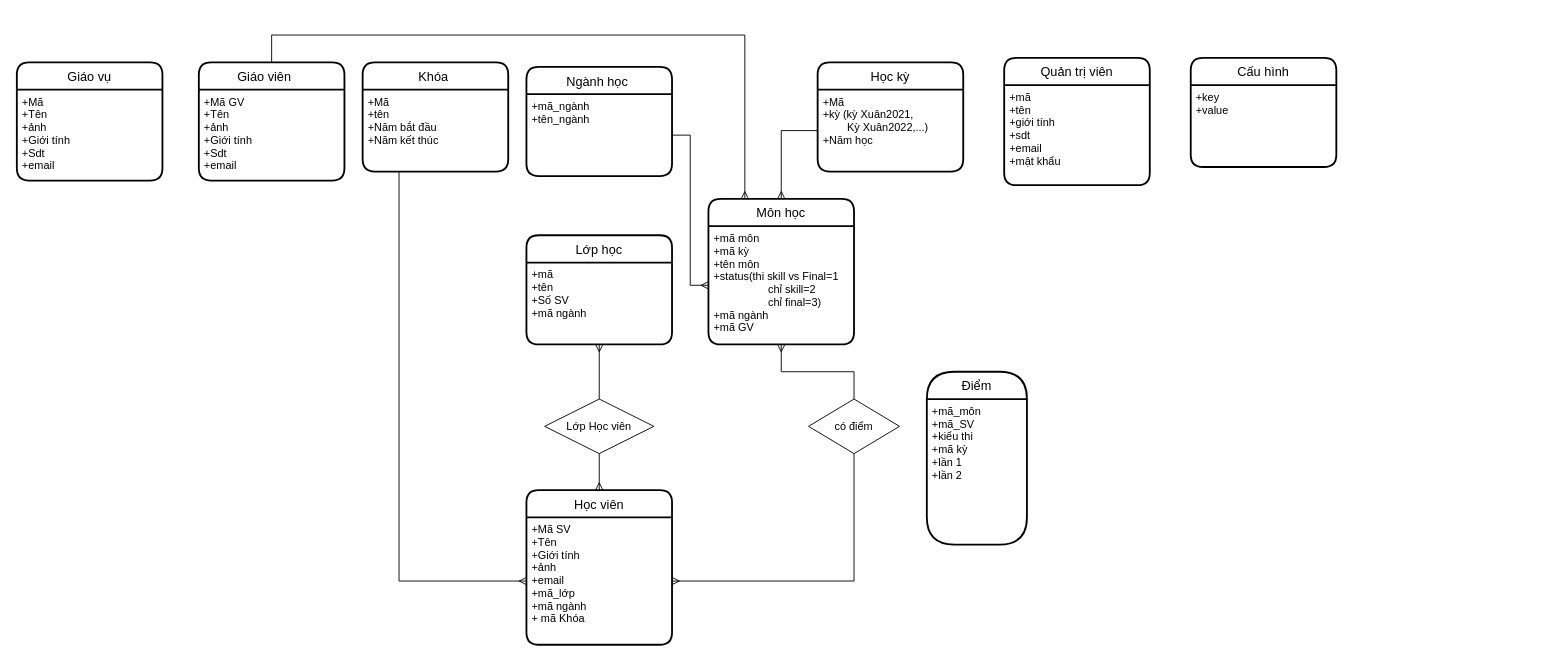
Above: page "Page-1" (1 of 2) of document/QuanLyDiem - So_do_thuc_the.drawio in AnhQB/QuanLyDiemHocVien (draw.io), before the change. Source tidied: cells renumbered, new cells numbered last; positions are measured from the earlier drawing's top-left corner, leaving out a move shared by most shapes. Both pictures are drawn from the tidied source at 91%, with x=0, y=0 at pixel (16, 35).
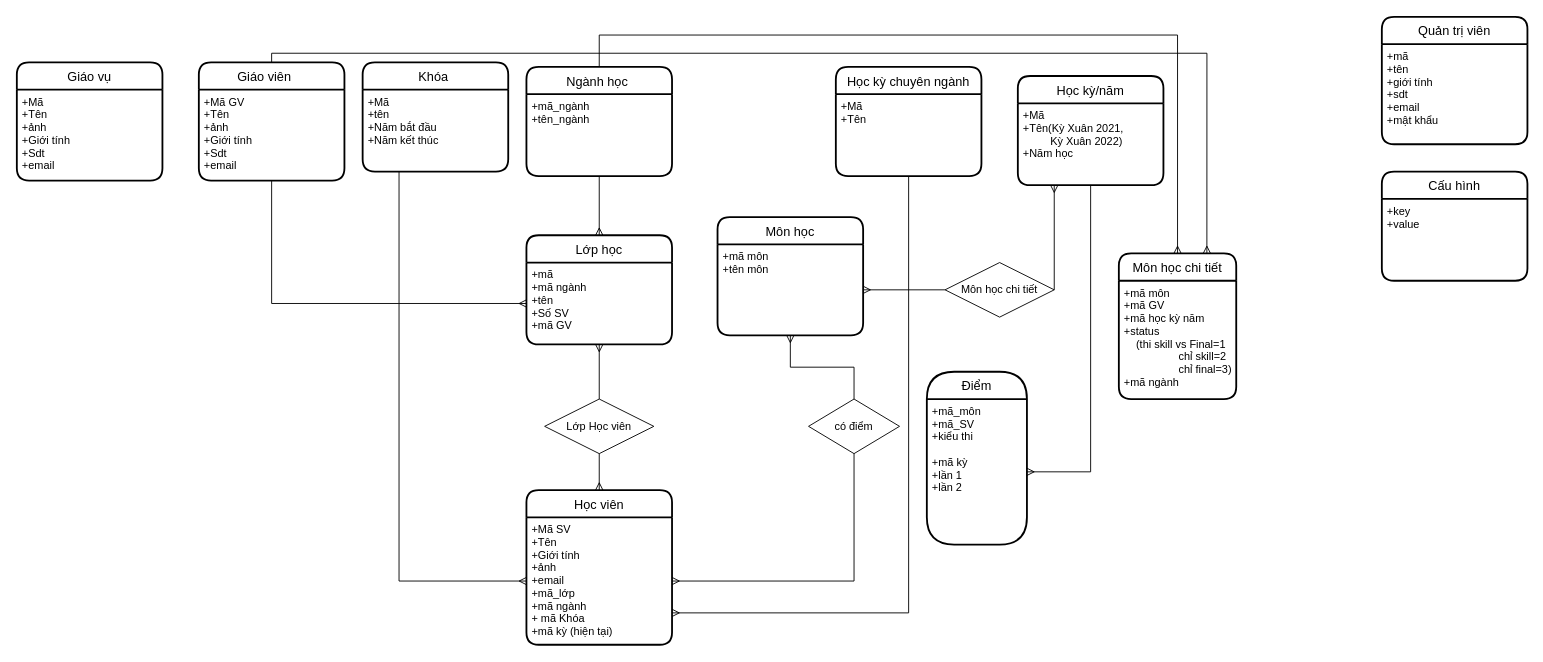
The same page after the edit.

The change refers to these unchanged cells:
```xml
<mxCell id="4" value="Học viên" style="swimlane;horizontal=1;startSize=30;rounded=1;fontSize=14;fontStyle=0;strokeWidth=2;shadow=0;dashed=0;align=center;" parent="1" vertex="1">
  <mxGeometry x="560" y="500" width="160" height="170" as="geometry" />
</mxCell>
<mxCell id="8" value="Lớp học" style="swimlane;horizontal=1;startSize=30;rounded=1;fontSize=14;fontStyle=0;strokeWidth=2;shadow=0;dashed=0;align=center;" parent="1" vertex="1">
  <mxGeometry x="560" y="220" width="160" height="120" as="geometry" />
</mxCell>
<mxCell id="12" value="Điểm" style="swimlane;horizontal=1;startSize=30;rounded=1;fontSize=14;fontStyle=0;strokeWidth=2;shadow=0;dashed=0;align=center;arcSize=50;" parent="1" vertex="1">
  <mxGeometry x="1000" y="370" width="110" height="190" as="geometry" />
</mxCell>
<mxCell id="14" value="Giáo viên    " style="swimlane;horizontal=1;startSize=30;rounded=1;fontSize=14;fontStyle=0;strokeWidth=2;shadow=0;dashed=0;align=center;" parent="1" vertex="1">
  <mxGeometry x="200" y="30" width="160" height="130" as="geometry" />
</mxCell>
<mxCell id="15" value="+Mã GV&#10;+Tên&#10;+ảnh    &#10;+Giới tính&#10;+Sdt&#10;+email" style="align=left;strokeColor=none;fillColor=none;spacingLeft=4;fontSize=12;verticalAlign=top;" parent="14" vertex="1">
  <mxGeometry y="30" width="160" height="100" as="geometry" />
</mxCell>
<mxCell id="16" value="Ngành học " style="swimlane;horizontal=1;startSize=30;rounded=1;fontSize=14;fontStyle=0;strokeWidth=2;shadow=0;dashed=0;align=center;" parent="1" vertex="1">
  <mxGeometry x="560" y="35" width="160" height="120" as="geometry" />
</mxCell>
<mxCell id="17" value="+mã_ngành&#10;+tên_ngành" style="align=left;strokeColor=none;fillColor=none;spacingLeft=4;fontSize=12;verticalAlign=top;" parent="16" vertex="1">
  <mxGeometry y="30" width="160" height="90" as="geometry" />
</mxCell>
```

Diff of the diagram source:
```diff
@@
     <mxCell id="2" value="Quản trị viên" style="swimlane;horizontal=1;startSize=30;rounded=1;fontSize=14;fontStyle=0;strokeWidth=2;shadow=0;dashed=0;align=center;" parent="1" vertex="1">
-      <mxGeometry x="1085" y="25" width="160" height="140" as="geometry" />
+      <mxGeometry x="1500" y="-20" width="160" height="140" as="geometry" />
     </mxCell>
@@
-    <mxCell id="5" value="+Mã SV&#10;+Tên&#10;+Giới tính&#10;+ảnh&#10;+email&#10;+mã_lớp&#10;+mã ngành&#10;+ mã Khóa&#10;" style="align=left;strokeColor=none;fillColor=none;spacingLeft=4;fontSize=12;verticalAlign=top;" parent="4" vertex="1">
+    <mxCell id="5" value="+Mã SV&#10;+Tên&#10;+Giới tính&#10;+ảnh&#10;+email&#10;+mã_lớp&#10;+mã ngành&#10;+ mã Khóa&#10;+mã kỳ (hiện tại)" style="align=left;strokeColor=none;fillColor=none;spacingLeft=4;fontSize=12;verticalAlign=top;" parent="4" vertex="1">
       <mxGeometry y="30" width="160" height="140" as="geometry" />
     </mxCell>
     <mxCell id="6" value="Cấu hình" style="swimlane;horizontal=1;startSize=30;rounded=1;fontSize=14;fontStyle=0;strokeWidth=2;shadow=0;dashed=0;align=center;" parent="1" vertex="1">
-      <mxGeometry x="1290" y="25" width="160" height="120" as="geometry" />
+      <mxGeometry x="1500" y="150" width="160" height="120" as="geometry" />
     </mxCell>
@@
-    <mxCell id="9" value="+mã&#10;+tên&#10;+Số SV&#10;+mã ngành&#10;" style="align=left;strokeColor=none;fillColor=none;spacingLeft=4;fontSize=12;verticalAlign=top;" parent="8" vertex="1">
+    <mxCell id="9" value="+mã&#10;+mã ngành&#10;+tên&#10;+Số SV&#10;+mã GV" style="align=left;strokeColor=none;fillColor=none;spacingLeft=4;fontSize=12;verticalAlign=top;" parent="8" vertex="1">
       <mxGeometry y="30" width="160" height="90" as="geometry" />
     </mxCell>
     <mxCell id="10" value="Môn học" style="swimlane;horizontal=1;startSize=30;rounded=1;fontSize=14;fontStyle=0;strokeWidth=2;shadow=0;dashed=0;align=center;" parent="1" vertex="1">
-      <mxGeometry x="760" y="180" width="160" height="160" as="geometry" />
+      <mxGeometry x="770" y="200" width="160" height="130" as="geometry" />
     </mxCell>
-    <mxCell id="11" value="+mã môn &#10;+mã kỳ&#10;+tên môn&#10;+status(thi skill vs Final=1&#10;                  chỉ skill=2    &#10;                  chỉ final=3)&#10;+mã ngành&#10;+mã GV&#10;&#10;&#10; " style="align=left;strokeColor=none;fillColor=none;spacingLeft=4;fontSize=12;verticalAlign=top;" parent="10" vertex="1">
-      <mxGeometry y="30" width="160" height="130" as="geometry" />
+    <mxCell id="11" value="+mã môn &#10;+tên môn&#10;&#10;&#10;&#10; " style="align=left;strokeColor=none;fillColor=none;spacingLeft=4;fontSize=12;verticalAlign=top;" parent="10" vertex="1">
+      <mxGeometry y="30" width="160" height="100" as="geometry" />
     </mxCell>
@@
-    <mxCell id="13" value="+mã_môn&#10;+mã_SV&#10;+kiểu thi&#10;+mã kỳ&#10;+lần 1&#10;+lần 2  &#10;" style="align=left;strokeColor=none;fillColor=none;spacingLeft=4;fontSize=12;verticalAlign=top;" parent="12" vertex="1">
+    <mxCell id="13" value="+mã_môn&#10;+mã_SV&#10;+kiểu thi&#10;&#10;+mã kỳ&#10;+lần 1&#10;+lần 2  &#10;" style="align=left;strokeColor=none;fillColor=none;spacingLeft=4;fontSize=12;verticalAlign=top;" parent="12" vertex="1">
       <mxGeometry y="30" width="110" height="160" as="geometry" />
     </mxCell>
@@
-    <mxCell id="18" value="Học kỳ" style="swimlane;horizontal=1;startSize=30;rounded=1;fontSize=14;fontStyle=0;strokeWidth=2;shadow=0;dashed=0;align=center;" parent="1" vertex="1">
-      <mxGeometry x="880" y="30" width="160" height="120" as="geometry" />
+    <mxCell id="18" value="Học kỳ/năm" style="swimlane;horizontal=1;startSize=30;rounded=1;fontSize=14;fontStyle=0;strokeWidth=2;shadow=0;dashed=0;align=center;" parent="1" vertex="1">
+      <mxGeometry x="1100" y="45" width="160" height="120" as="geometry" />
     </mxCell>
-    <mxCell id="19" value="+Mã&#10;+kỳ (kỳ Xuân2021, &#10;        Kỳ Xuân2022,...)&#10;+Năm học" style="align=left;strokeColor=none;fillColor=none;spacingLeft=4;fontSize=12;verticalAlign=top;" parent="18" vertex="1">
+    <mxCell id="19" value="+Mã&#10;+Tên(Kỳ Xuân 2021, &#10;          Kỳ Xuân 2022)&#10;+Năm học " style="align=left;strokeColor=none;fillColor=none;spacingLeft=4;fontSize=12;verticalAlign=top;" parent="18" vertex="1">
       <mxGeometry y="30" width="160" height="90" as="geometry" />
     </mxCell>
@@
-    <mxCell id="28" style="edgeStyle=orthogonalEdgeStyle;fontSize=12;html=1;endArrow=ERmany;rounded=0;entryX=0.25;entryY=0;entryDx=0;entryDy=0;exitX=0.5;exitY=0;exitDx=0;exitDy=0;" parent="1" edge="1" source="14" target="10">
-      <mxGeometry relative="1" as="geometry">
-        <Array as="points">
-          <mxPoint x="280" />
-          <mxPoint x="800" />
-          <mxPoint x="800" y="180" />
-        </Array>
-      </mxGeometry>
+    <mxCell id="28" style="edgeStyle=orthogonalEdgeStyle;fontSize=12;html=1;endArrow=ERmany;rounded=0;entryX=0.75;entryY=0;entryDx=0;entryDy=0;exitX=0.5;exitY=0;exitDx=0;exitDy=0;" parent="1" edge="1" source="14" target="43">
+      <mxGeometry relative="1" as="geometry" />
     </mxCell>
@@
-    <mxCell id="30" style="fontSize=12;html=1;endArrow=ERmany;rounded=0;entryX=0.5;entryY=0;entryDx=0;entryDy=0;exitX=0;exitY=0.5;exitDx=0;exitDy=0;edgeStyle=orthogonalEdgeStyle;" parent="1" edge="1" source="19" target="10">
+    <mxCell id="30" style="fontSize=12;html=1;endArrow=ERmany;rounded=0;entryX=1;entryY=0.5;entryDx=0;entryDy=0;edgeStyle=orthogonalEdgeStyle;exitX=0.5;exitY=1;exitDx=0;exitDy=0;" parent="1" edge="1" source="19" target="13">
       <mxGeometry relative="1" as="geometry" />
     </mxCell>
-    <mxCell id="31" style="edgeStyle=orthogonalEdgeStyle;fontSize=12;html=1;endArrow=ERmany;rounded=0;exitX=1;exitY=0.5;exitDx=0;exitDy=0;entryX=0;entryY=0.5;entryDx=0;entryDy=0;" parent="1" edge="1" source="17" target="11">
-      <mxGeometry relative="1" as="geometry" />
+    <mxCell id="31" style="edgeStyle=orthogonalEdgeStyle;fontSize=12;html=1;endArrow=ERmany;rounded=0;exitX=0.5;exitY=0;exitDx=0;exitDy=0;entryX=0.5;entryY=0;entryDx=0;entryDy=0;" parent="1" edge="1" source="16" target="43">
+      <mxGeometry relative="1" as="geometry">
+        <Array as="points">
+          <mxPoint x="640" />
+          <mxPoint x="1276" />
+        </Array>
+      </mxGeometry>
     </mxCell>
@@
+    <mxCell id="35" style="fontSize=12;html=1;endArrow=ERmany;rounded=0;entryX=0.5;entryY=0;entryDx=0;entryDy=0;exitX=0.5;exitY=1;exitDx=0;exitDy=0;" parent="1" edge="1" source="17" target="8">
+      <mxGeometry relative="1" as="geometry" />
+    </mxCell>
+    <mxCell id="36" value="Học kỳ chuyên ngành" style="swimlane;horizontal=1;startSize=30;rounded=1;fontSize=14;fontStyle=0;strokeWidth=2;shadow=0;dashed=0;align=center;" parent="1" vertex="1">
+      <mxGeometry x="900" y="35" width="160" height="120" as="geometry" />
+    </mxCell>
+    <mxCell id="37" value="+Mã&#10;+Tên" style="align=left;strokeColor=none;fillColor=none;spacingLeft=4;fontSize=12;verticalAlign=top;" parent="36" vertex="1">
+      <mxGeometry y="30" width="160" height="90" as="geometry" />
+    </mxCell>
+    <mxCell id="38" style="edgeStyle=orthogonalEdgeStyle;fontSize=12;html=1;endArrow=ERmany;rounded=0;entryX=1;entryY=0.75;entryDx=0;entryDy=0;exitX=0.5;exitY=1;exitDx=0;exitDy=0;" parent="1" edge="1" source="37" target="5">
+      <mxGeometry relative="1" as="geometry" />
+    </mxCell>
+    <mxCell id="39" style="edgeStyle=orthogonalEdgeStyle;fontSize=12;html=1;endArrow=ERmany;rounded=0;entryX=0;entryY=0.5;entryDx=0;entryDy=0;exitX=0.5;exitY=1;exitDx=0;exitDy=0;" parent="1" edge="1" source="15" target="9">
+      <mxGeometry relative="1" as="geometry" />
+    </mxCell>
+    <mxCell id="40" style="fontSize=12;html=1;endArrow=ERmany;startArrow=none;rounded=0;entryX=0.25;entryY=1;entryDx=0;entryDy=0;exitX=1;exitY=0.5;exitDx=0;exitDy=0;" parent="1" edge="1" source="41" target="19">
+      <mxGeometry relative="1" as="geometry" />
+    </mxCell>
+    <mxCell id="41" value="Môn học chi tiết" style="shape=rhombus;perimeter=rhombusPerimeter;whiteSpace=wrap;html=1;align=center;" parent="1" vertex="1">
+      <mxGeometry x="1020" y="250" width="120" height="60" as="geometry" />
+    </mxCell>
+    <mxCell id="42" style="fontSize=12;html=1;endArrow=none;startArrow=ERmany;rounded=0;entryX=0;entryY=0.5;entryDx=0;entryDy=0;exitX=1;exitY=0.5;exitDx=0;exitDy=0;" parent="1" edge="1" source="11" target="41">
+      <mxGeometry relative="1" as="geometry" />
+    </mxCell>
+    <mxCell id="43" value="Môn học chi tiết" style="swimlane;horizontal=1;startSize=30;rounded=1;fontSize=14;fontStyle=0;strokeWidth=2;shadow=0;dashed=0;align=center;" parent="1" vertex="1">
+      <mxGeometry x="1211" y="240" width="129" height="160" as="geometry" />
+    </mxCell>
+    <mxCell id="44" value="+mã môn &#10;+mã GV&#10;+mã học kỳ năm&#10;+status&#10;    (thi skill vs Final=1&#10;                  chỉ skill=2    &#10;                  chỉ final=3)&#10;+mã ngành" style="align=left;strokeColor=none;fillColor=none;spacingLeft=4;fontSize=12;verticalAlign=top;" parent="43" vertex="1">
+      <mxGeometry y="30" width="129" height="130" as="geometry" />
+    </mxCell>
```
